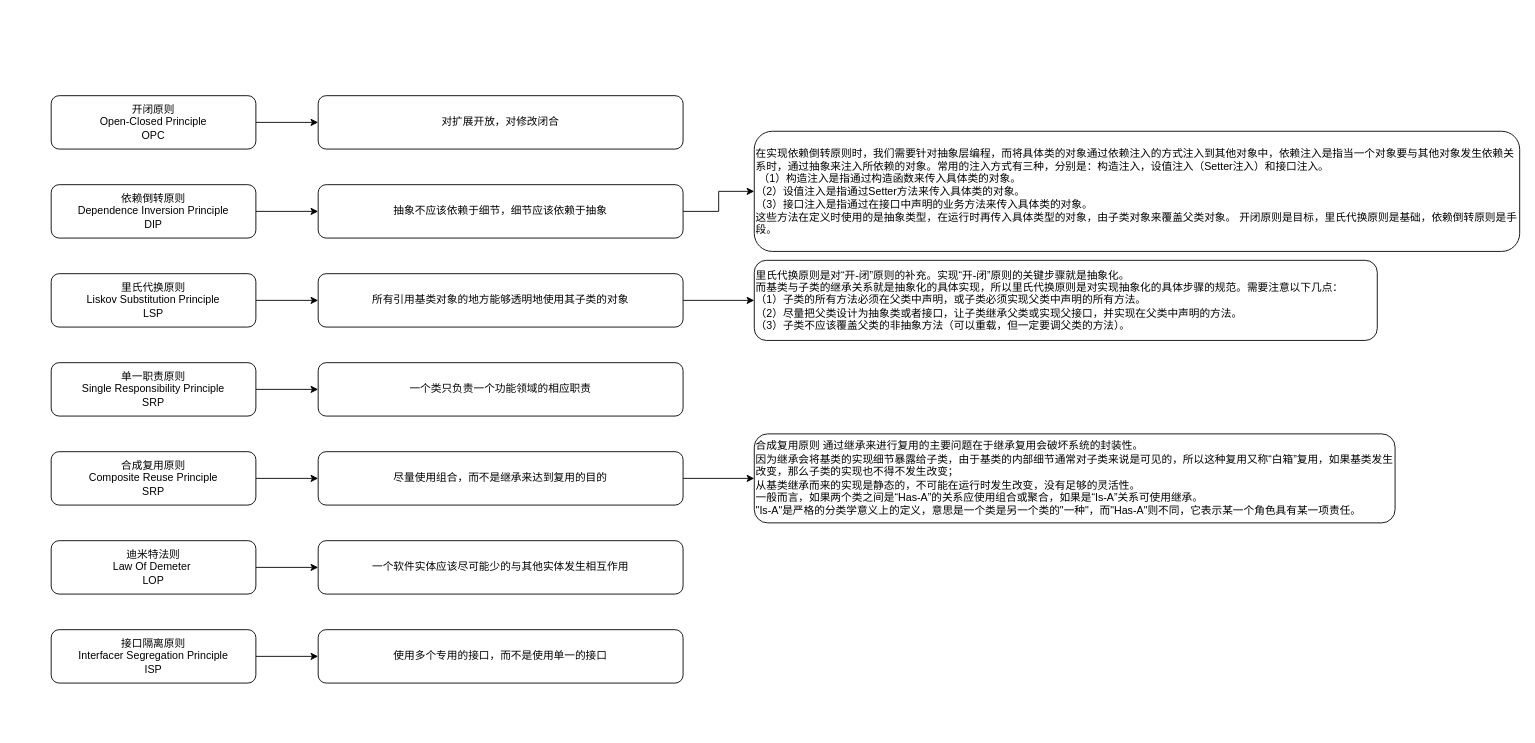
This is code_design/未命名绘图.drawio from xiujianhua/java_deep_study, a draw.io file, before an edit. Source tidied: cells renumbered, new cells numbered last; positions are measured from the earlier drawing's top-left corner, leaving out a move shared by most shapes. Both pictures are drawn from the tidied source at 89%, with x=0, y=0 at pixel (51, 95).
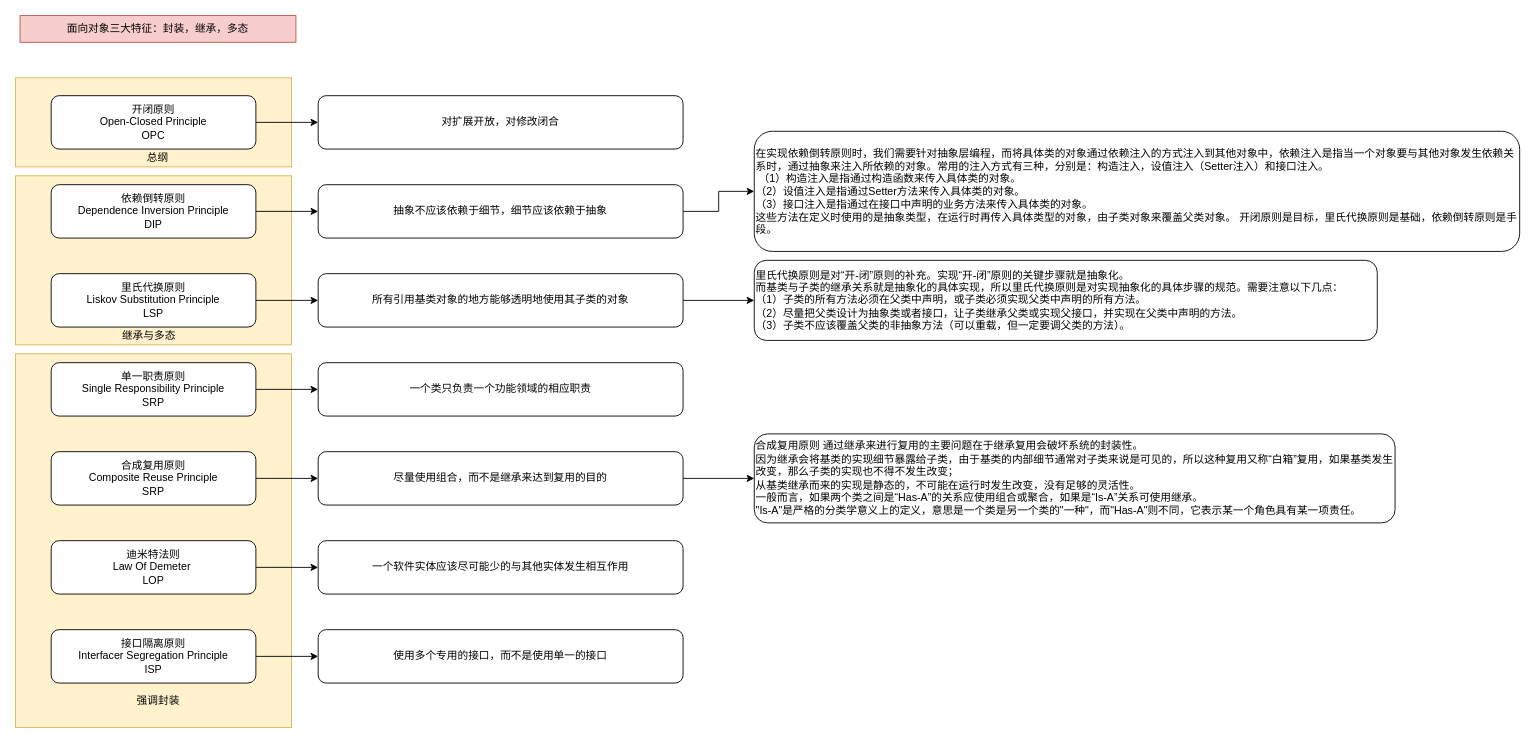
Above is the later version.

Commit message:
更新未命名绘图.drawio

What changed in the source:
```diff
@@
+    <mxCell id="29" style="rounded=0;whiteSpace=wrap;html=1;align=left;fillColor=#fff2cc;strokeColor=#d6b656;" parent="1" vertex="1">
+      <mxGeometry x="-40" y="-20" width="310" height="100" as="geometry" />
+    </mxCell>
+    <mxCell id="30" style="rounded=0;whiteSpace=wrap;html=1;align=left;fillColor=#fff2cc;strokeColor=#d6b656;" parent="1" vertex="1">
+      <mxGeometry x="-40" y="90" width="310" height="190" as="geometry" />
+    </mxCell>
+    <mxCell id="31" style="rounded=0;whiteSpace=wrap;html=1;align=left;verticalAlign=bottom;fillColor=#fff2cc;strokeColor=#d6b656;" parent="1" vertex="1">
+      <mxGeometry x="-40" y="290" width="310" height="420" as="geometry" />
+    </mxCell>
@@
+    <mxCell id="32" value="强调封装" style="text;html=1;strokeColor=none;fillColor=none;align=center;verticalAlign=middle;whiteSpace=wrap;rounded=0;" parent="1" vertex="1">
+      <mxGeometry x="72.5" y="670" width="95" height="20" as="geometry" />
+    </mxCell>
+    <mxCell id="33" value="继承与多态" style="text;html=1;strokeColor=none;fillColor=none;align=center;verticalAlign=middle;whiteSpace=wrap;rounded=0;" parent="1" vertex="1">
+      <mxGeometry x="50" y="260" width="120" height="20" as="geometry" />
+    </mxCell>
+    <mxCell id="34" value="总纲" style="text;html=1;strokeColor=none;fillColor=none;align=center;verticalAlign=middle;whiteSpace=wrap;rounded=0;" parent="1" vertex="1">
+      <mxGeometry x="100" y="60" width="40" height="20" as="geometry" />
+    </mxCell>
+    <mxCell id="35" value="面向对象三大特征：封装，继承，多态" style="text;html=1;strokeColor=#b85450;fillColor=#f8cecc;align=center;verticalAlign=middle;whiteSpace=wrap;rounded=0;" parent="1" vertex="1">
+      <mxGeometry x="-35" y="-90" width="310" height="30" as="geometry" />
+    </mxCell>
```
